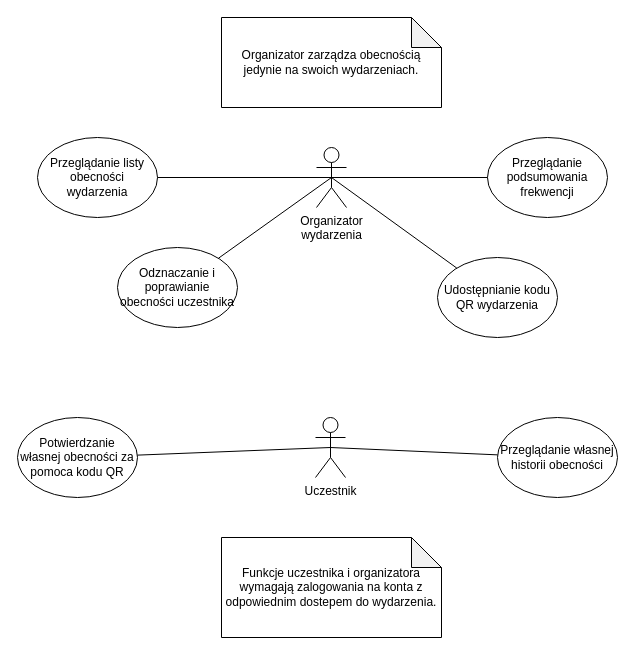
Earlier version of the draw.io diagram page "Diagram przypadków użycia" (1 of 5) of IO moduł 6.drawio (KrzychuToJaa/IO---modul-6). Source tidied: cells renumbered, new cells numbered last; positions are measured from the earlier drawing's top-left corner, leaving out a move shared by most shapes. Both pictures are drawn from the tidied source at 100%, with x=0, y=0 at pixel (17, 17).
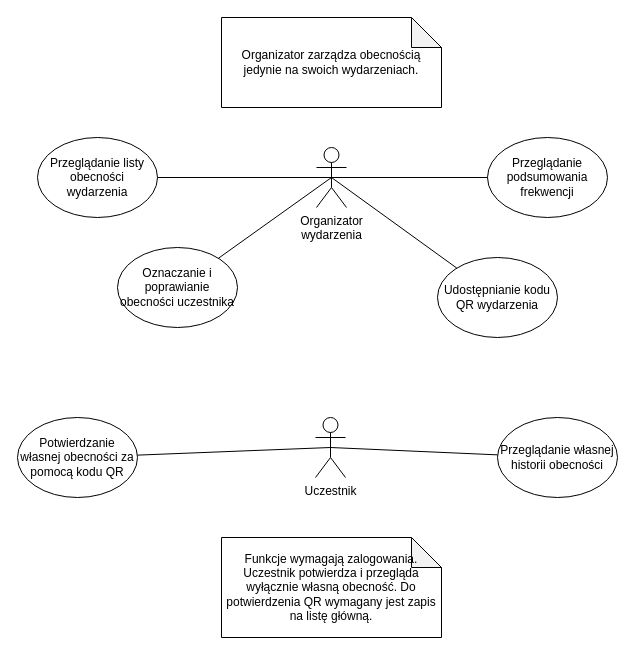
After the change.

Diff of the diagram source:
```diff
@@
 <mxGraphModel>
   <root>
     <mxCell id="0" />
     <mxCell id="1" parent="0" />
     <mxCell id="2" value="Organizator &lt;br&gt;wydarzenia" style="shape=umlActor;verticalLabelPosition=bottom;verticalAlign=top;html=1;outlineConnect=0;labelPerimeter=1;" parent="1" vertex="1">
       <mxGeometry x="299" y="130" width="30" height="60" as="geometry" />
     </mxCell>
     <mxCell id="3" value="Uczestnik" style="shape=umlActor;verticalLabelPosition=bottom;verticalAlign=top;html=1;outlineConnect=0;labelPerimeter=1;" parent="1" vertex="1">
       <mxGeometry x="298" y="400" width="30" height="60" as="geometry" />
     </mxCell>
     <mxCell id="4" value="Przeglądanie listy obecności wydarzenia" style="ellipse;whiteSpace=wrap;html=1;shapeInside=1;" parent="1" vertex="1">
       <mxGeometry x="20" y="120" width="120" height="80" as="geometry" />
     </mxCell>
-    <mxCell id="5" value="Odznaczanie i poprawianie obecności uczestnika" style="ellipse;whiteSpace=wrap;html=1;shapeInside=1;" parent="1" vertex="1">
+    <mxCell id="5" value="Oznaczanie i poprawianie obecności uczestnika" style="ellipse;whiteSpace=wrap;html=1;shapeInside=1;" parent="1" vertex="1">
       <mxGeometry x="100" y="230" width="120" height="80" as="geometry" />
     </mxCell>
     <mxCell id="6" value="Udostępnianie kodu QR wydarzenia" style="ellipse;whiteSpace=wrap;html=1;shapeInside=1;" parent="1" vertex="1">
       <mxGeometry x="420" y="240" width="120" height="80" as="geometry" />
     </mxCell>
     <mxCell id="7" value="Przeglądanie podsumowania frekwencji" style="ellipse;whiteSpace=wrap;html=1;shapeInside=1;" parent="1" vertex="1">
       <mxGeometry x="470" y="120" width="120" height="80" as="geometry" />
     </mxCell>
-    <mxCell id="8" value="Potwierdzanie własnej obecności za pomoca kodu QR" style="ellipse;whiteSpace=wrap;html=1;shapeInside=1;" parent="1" vertex="1">
+    <mxCell id="8" value="Potwierdzanie własnej obecności za pomocą kodu QR" style="ellipse;whiteSpace=wrap;html=1;shapeInside=1;" parent="1" vertex="1">
       <mxGeometry y="400" width="120" height="80" as="geometry" />
     </mxCell>
     <mxCell id="9" value="Przeglądanie własnej historii obecności" style="ellipse;whiteSpace=wrap;html=1;shapeInside=1;" parent="1" vertex="1">
       <mxGeometry x="480" y="400" width="120" height="80" as="geometry" />
     </mxCell>
     <mxCell id="10" style="edgeStyle=none;html=1;entryX=0.5;entryY=0.5;entryDx=0;entryDy=0;entryPerimeter=0;flowAnimation=0;endArrow=none;endFill=0;" parent="1" edge="1" source="4" target="2">
       <mxGeometry relative="1" as="geometry" />
     </mxCell>
     <mxCell id="11" style="edgeStyle=none;html=1;entryX=0.5;entryY=0.5;entryDx=0;entryDy=0;entryPerimeter=0;endArrow=none;endFill=0;" parent="1" edge="1" source="5" target="2">
       <mxGeometry relative="1" as="geometry" />
     </mxCell>
     <mxCell id="12" style="edgeStyle=none;html=1;entryX=0.5;entryY=0.5;entryDx=0;entryDy=0;entryPerimeter=0;endArrow=none;endFill=0;" parent="1" edge="1" source="6" target="2">
       <mxGeometry relative="1" as="geometry" />
     </mxCell>
     <mxCell id="13" style="edgeStyle=none;html=1;entryX=0.5;entryY=0.5;entryDx=0;entryDy=0;entryPerimeter=0;endArrow=none;endFill=0;" parent="1" edge="1" source="7" target="2">
       <mxGeometry relative="1" as="geometry" />
     </mxCell>
     <mxCell id="14" style="edgeStyle=none;html=1;entryX=0.5;entryY=0.5;entryDx=0;entryDy=0;entryPerimeter=0;endArrow=none;endFill=0;" parent="1" edge="1" source="8" target="3">
       <mxGeometry relative="1" as="geometry" />
     </mxCell>
     <mxCell id="15" style="edgeStyle=none;html=1;entryX=0.5;entryY=0.5;entryDx=0;entryDy=0;entryPerimeter=0;endArrow=none;endFill=0;" parent="1" edge="1" source="9" target="3">
       <mxGeometry relative="1" as="geometry" />
     </mxCell>
     <mxCell id="16" value="Organizator zarządza obecnością jedynie na swoich wydarzeniach." style="shape=note;whiteSpace=wrap;html=1;backgroundOutline=1;darkOpacity=0.05;" parent="1" vertex="1">
       <mxGeometry x="204" width="220" height="90" as="geometry" />
     </mxCell>
-    <mxCell id="17" value="Funkcje uczestnika i organizatora wymagają zalogowania na konta z odpowiednim dostepem do wydarzenia." style="shape=note;whiteSpace=wrap;html=1;backgroundOutline=1;darkOpacity=0.05;" parent="1" vertex="1">
+    <mxCell id="17" value="Funkcje wymagają zalogowania. Uczestnik potwierdza i przegląda wyłącznie własną obecność. Do potwierdzenia QR wymagany jest zapis na listę główną." style="shape=note;whiteSpace=wrap;html=1;backgroundOutline=1;darkOpacity=0.05;" parent="1" vertex="1">
       <mxGeometry x="204" y="520" width="220" height="100" as="geometry" />
     </mxCell>
   </root>
 </mxGraphModel>
```
